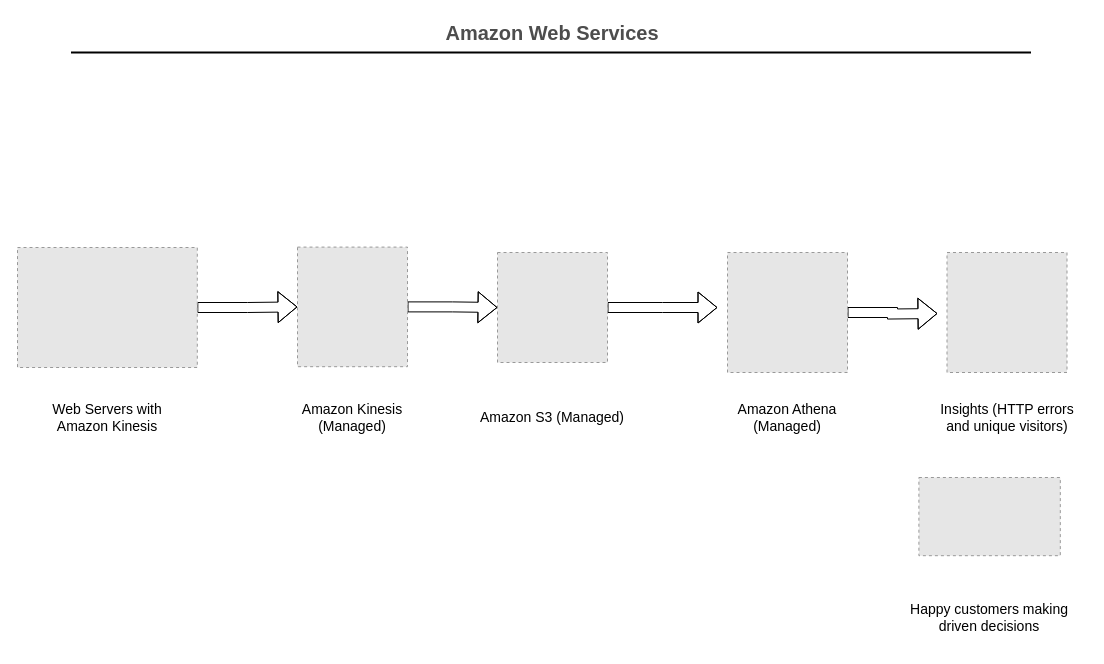
Above: Untitled Diagram.drawio in dcc97/aws-kinesis-s3-athena (draw.io), before the change. Source tidied: cells renumbered, new cells numbered last; positions are measured from the earlier drawing's top-left corner, leaving out a move shared by most shapes. Both pictures are drawn from the tidied source at 100%, with x=0, y=0 at pixel (17, 17). Pictures stored in the file or linked from it are replaced by grey dashed boxes.
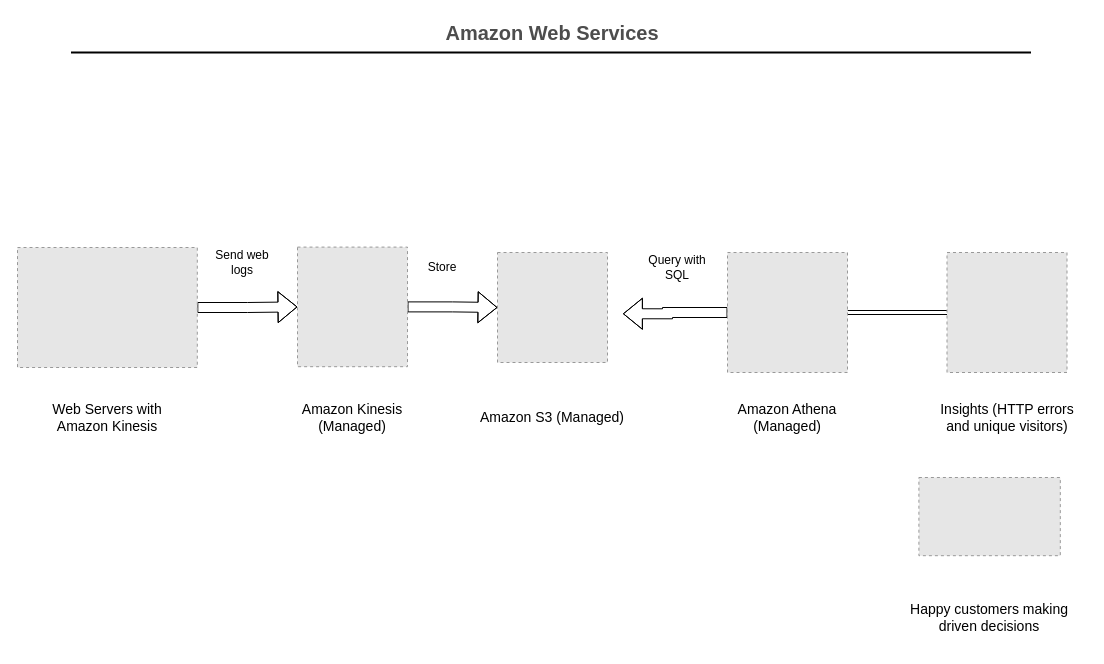
The same diagram, later.

Commit message:
AWS Diagram1 Final.drawio

Unchanged cells that the change refers to:
```xml
<mxCell id="9" style="fillColor=#E6E6E6;strokeColor=#999999;dashed=1;verticalLabelPosition=bottom;labelBackgroundColor=default;verticalAlign=top;" parent="1" vertex="1">
  <mxGeometry x="480" y="235" width="110" height="110" as="geometry" />
</mxCell>
<mxCell id="11" style="fillColor=#E6E6E6;strokeColor=#999999;dashed=1;verticalLabelPosition=bottom;labelBackgroundColor=default;verticalAlign=top;" parent="1" vertex="1">
  <mxGeometry x="710" y="235" width="120" height="120" as="geometry" />
</mxCell>
<mxCell id="12" style="fillColor=#E6E6E6;strokeColor=#999999;dashed=1;verticalLabelPosition=bottom;labelBackgroundColor=default;verticalAlign=top;" parent="1" vertex="1">
  <mxGeometry x="929.5" y="235" width="120" height="120" as="geometry" />
</mxCell>
```

Diff of the diagram source:
```diff
@@
-    <mxCell id="8" style="edgeStyle=orthogonalEdgeStyle;shape=flexArrow;rounded=0;jettySize=auto;html=1;exitX=1;exitY=0.5;exitDx=0;exitDy=0;" parent="1" edge="1" source="9">
-      <mxGeometry relative="1" as="geometry">
-        <mxPoint x="700" y="290" as="targetPoint" />
-      </mxGeometry>
-    </mxCell>
@@
-    <mxCell id="10" style="edgeStyle=orthogonalEdgeStyle;shape=flexArrow;rounded=0;jettySize=auto;html=1;exitX=1;exitY=0.5;exitDx=0;exitDy=0;" parent="1" edge="1" source="11">
-      <mxGeometry relative="1" as="geometry">
-        <mxPoint x="920" y="296" as="targetPoint" />
-      </mxGeometry>
-    </mxCell>
+    <mxCell id="20" style="edgeStyle=orthogonalEdgeStyle;shape=flexArrow;rounded=0;jettySize=auto;html=1;exitX=0;exitY=0.5;exitDx=0;exitDy=0;entryX=1.14;entryY=0.557;entryDx=0;entryDy=0;entryPerimeter=0;" parent="1" edge="1" source="11" target="9">
+      <mxGeometry relative="1" as="geometry" />
+    </mxCell>
+    <mxCell id="21" style="edgeStyle=none;shape=link;rounded=0;jettySize=auto;html=1;exitX=1;exitY=0.5;exitDx=0;exitDy=0;entryX=0;entryY=0.5;entryDx=0;entryDy=0;" parent="1" edge="1" source="11" target="12">
+      <mxGeometry relative="1" as="geometry" />
+    </mxCell>
@@
+    <mxCell id="22" value="Send web logs" style="text;strokeColor=none;align=center;fillColor=none;html=1;verticalAlign=middle;whiteSpace=wrap;rounded=0;" parent="1" vertex="1">
+      <mxGeometry x="195" y="229.6" width="60" height="30" as="geometry" />
+    </mxCell>
+    <mxCell id="23" value="Store" style="text;strokeColor=none;align=center;fillColor=none;html=1;verticalAlign=middle;whiteSpace=wrap;rounded=0;" parent="1" vertex="1">
+      <mxGeometry x="395" y="235" width="60" height="30" as="geometry" />
+    </mxCell>
+    <mxCell id="24" value="Query with SQL" style="text;strokeColor=none;align=center;fillColor=none;html=1;verticalAlign=middle;whiteSpace=wrap;rounded=0;" parent="1" vertex="1">
+      <mxGeometry x="630" y="235" width="60" height="30" as="geometry" />
+    </mxCell>
```
